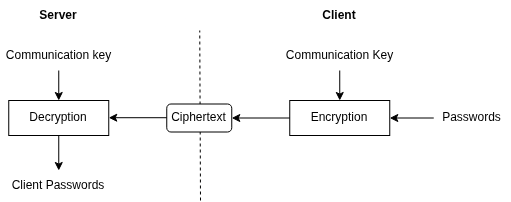
The draw.io diagram docs/img/04-send-passwords-to-server.png in dylanramos/post-quantum-ransomware, before a commit. Source tidied: cells renumbered, new cells last; positions are measured from the earlier drawing's top-left corner, leaving out a move shared by most shapes. Source of this version:
```xml
<mxGraphModel>
  <root>
    <mxCell id="0" />
    <mxCell id="1" parent="0" />
    <mxCell id="2" value="Server" style="text;html=1;whiteSpace=wrap;strokeColor=none;fillColor=none;align=center;verticalAlign=middle;rounded=0;fontStyle=1;" parent="1" vertex="1">
      <mxGeometry x="28.2" width="60" height="30" as="geometry" />
    </mxCell>
    <mxCell id="3" value="Client" style="text;html=1;whiteSpace=wrap;strokeColor=none;fillColor=none;align=center;verticalAlign=middle;rounded=0;fontStyle=1;" parent="1" vertex="1">
      <mxGeometry x="309.2" width="60" height="30" as="geometry" />
    </mxCell>
    <mxCell id="4" style="endArrow=none;dashed=1;html=1;rounded=0;" parent="1" edge="1">
      <mxGeometry relative="1" as="geometry">
        <mxPoint x="200" y="200" as="sourcePoint" />
        <mxPoint x="199.2" y="30" as="targetPoint" />
      </mxGeometry>
    </mxCell>
    <mxCell id="5" style="edgeStyle=orthogonalEdgeStyle;rounded=0;jettySize=auto;html=1;entryX=1;entryY=0.5;entryDx=0;entryDy=0;" parent="1" edge="1" source="6" target="11">
      <mxGeometry relative="1" as="geometry" />
    </mxCell>
    <mxCell id="6" value="Encryption" style="rounded=0;whiteSpace=wrap;html=1;fillColor=none;" parent="1" vertex="1">
      <mxGeometry x="289.2" y="100" width="100" height="35" as="geometry" />
    </mxCell>
    <mxCell id="7" style="edgeStyle=orthogonalEdgeStyle;rounded=0;jettySize=auto;html=1;exitX=0.5;exitY=1;exitDx=0;exitDy=0;entryX=0.5;entryY=0;entryDx=0;entryDy=0;" parent="1" edge="1" source="8" target="6">
      <mxGeometry relative="1" as="geometry" />
    </mxCell>
    <mxCell id="8" value="Communication Key" style="text;html=1;whiteSpace=wrap;strokeColor=none;fillColor=none;align=center;verticalAlign=middle;rounded=0;" parent="1" vertex="1">
      <mxGeometry x="283.9" y="40" width="110.8" height="30" as="geometry" />
    </mxCell>
    <mxCell id="9" style="edgeStyle=orthogonalEdgeStyle;rounded=0;jettySize=auto;html=1;exitX=0;exitY=0.5;exitDx=0;exitDy=0;entryX=1;entryY=0.5;entryDx=0;entryDy=0;" parent="1" edge="1" source="10" target="6">
      <mxGeometry relative="1" as="geometry" />
    </mxCell>
    <mxCell id="10" value="Passwords" style="text;html=1;whiteSpace=wrap;strokeColor=none;fillColor=none;align=center;verticalAlign=middle;rounded=0;" parent="1" vertex="1">
      <mxGeometry x="433.2" y="102.5" width="76.8" height="30" as="geometry" />
    </mxCell>
    <mxCell id="11" value="Ciphertext" style="rounded=1;whiteSpace=wrap;html=1;" parent="1" vertex="1">
      <mxGeometry x="166.2" y="103.5" width="65" height="28" as="geometry" />
    </mxCell>
    <mxCell id="12" style="edgeStyle=orthogonalEdgeStyle;rounded=0;orthogonalLoop=1;jettySize=auto;html=1;entryX=1;entryY=0.5;entryDx=0;entryDy=0;" parent="1" edge="1">
      <mxGeometry relative="1" as="geometry">
        <mxPoint x="166.2" y="117.2" as="sourcePoint" />
        <mxPoint x="108.2" y="117.2" as="targetPoint" />
      </mxGeometry>
    </mxCell>
    <mxCell id="13" style="edgeStyle=orthogonalEdgeStyle;rounded=0;jettySize=auto;html=1;exitX=0.5;exitY=1;exitDx=0;exitDy=0;entryX=0.5;entryY=0;entryDx=0;entryDy=0;" parent="1" edge="1" source="14" target="17">
      <mxGeometry relative="1" as="geometry" />
    </mxCell>
    <mxCell id="14" value="Decryption" style="rounded=0;whiteSpace=wrap;html=1;fillColor=none;" parent="1" vertex="1">
      <mxGeometry x="8.2" y="100" width="100" height="35" as="geometry" />
    </mxCell>
    <mxCell id="15" style="edgeStyle=orthogonalEdgeStyle;rounded=0;jettySize=auto;html=1;exitX=0.5;exitY=1;exitDx=0;exitDy=0;entryX=0.5;entryY=0;entryDx=0;entryDy=0;" parent="1" edge="1" source="16" target="14">
      <mxGeometry relative="1" as="geometry" />
    </mxCell>
    <mxCell id="16" value="Communication key" style="text;html=1;whiteSpace=wrap;strokeColor=none;fillColor=none;align=center;verticalAlign=middle;rounded=0;" parent="1" vertex="1">
      <mxGeometry x="-0.4" y="40" width="117.2" height="30" as="geometry" />
    </mxCell>
    <mxCell id="17" value="Client Passwords" style="text;html=1;whiteSpace=wrap;strokeColor=none;fillColor=none;align=center;verticalAlign=middle;rounded=0;" parent="1" vertex="1">
      <mxGeometry x="7.1" y="170" width="102.2" height="30" as="geometry" />
    </mxCell>
  </root>
</mxGraphModel>
```
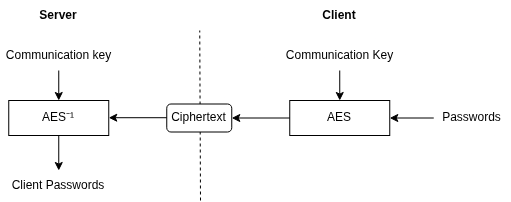
Above is the later version.

Diff of the diagram source:
```diff
@@ -17,7 +17,7 @@
     <mxCell id="5" style="edgeStyle=orthogonalEdgeStyle;rounded=0;jettySize=auto;html=1;entryX=1;entryY=0.5;entryDx=0;entryDy=0;" parent="1" edge="1" source="6" target="11">
       <mxGeometry relative="1" as="geometry" />
     </mxCell>
-    <mxCell id="6" value="Encryption" style="rounded=0;whiteSpace=wrap;html=1;fillColor=none;" parent="1" vertex="1">
+    <mxCell id="6" value="AES" style="rounded=0;whiteSpace=wrap;html=1;fillColor=none;" parent="1" vertex="1">
       <mxGeometry x="289.2" y="100" width="100" height="35" as="geometry" />
     </mxCell>
     <mxCell id="7" style="edgeStyle=orthogonalEdgeStyle;rounded=0;jettySize=auto;html=1;exitX=0.5;exitY=1;exitDx=0;exitDy=0;entryX=0.5;entryY=0;entryDx=0;entryDy=0;" parent="1" edge="1" source="8" target="6">
@@ -44,7 +44,7 @@
     <mxCell id="13" style="edgeStyle=orthogonalEdgeStyle;rounded=0;jettySize=auto;html=1;exitX=0.5;exitY=1;exitDx=0;exitDy=0;entryX=0.5;entryY=0;entryDx=0;entryDy=0;" parent="1" edge="1" source="14" target="17">
       <mxGeometry relative="1" as="geometry" />
     </mxCell>
-    <mxCell id="14" value="Decryption" style="rounded=0;whiteSpace=wrap;html=1;fillColor=none;" parent="1" vertex="1">
+    <mxCell id="14" value="AES⁻¹" style="rounded=0;whiteSpace=wrap;html=1;fillColor=none;" parent="1" vertex="1">
       <mxGeometry x="8.2" y="100" width="100" height="35" as="geometry" />
     </mxCell>
     <mxCell id="15" style="edgeStyle=orthogonalEdgeStyle;rounded=0;jettySize=auto;html=1;exitX=0.5;exitY=1;exitDx=0;exitDy=0;entryX=0.5;entryY=0;entryDx=0;entryDy=0;" parent="1" edge="1" source="16" target="14">
```
